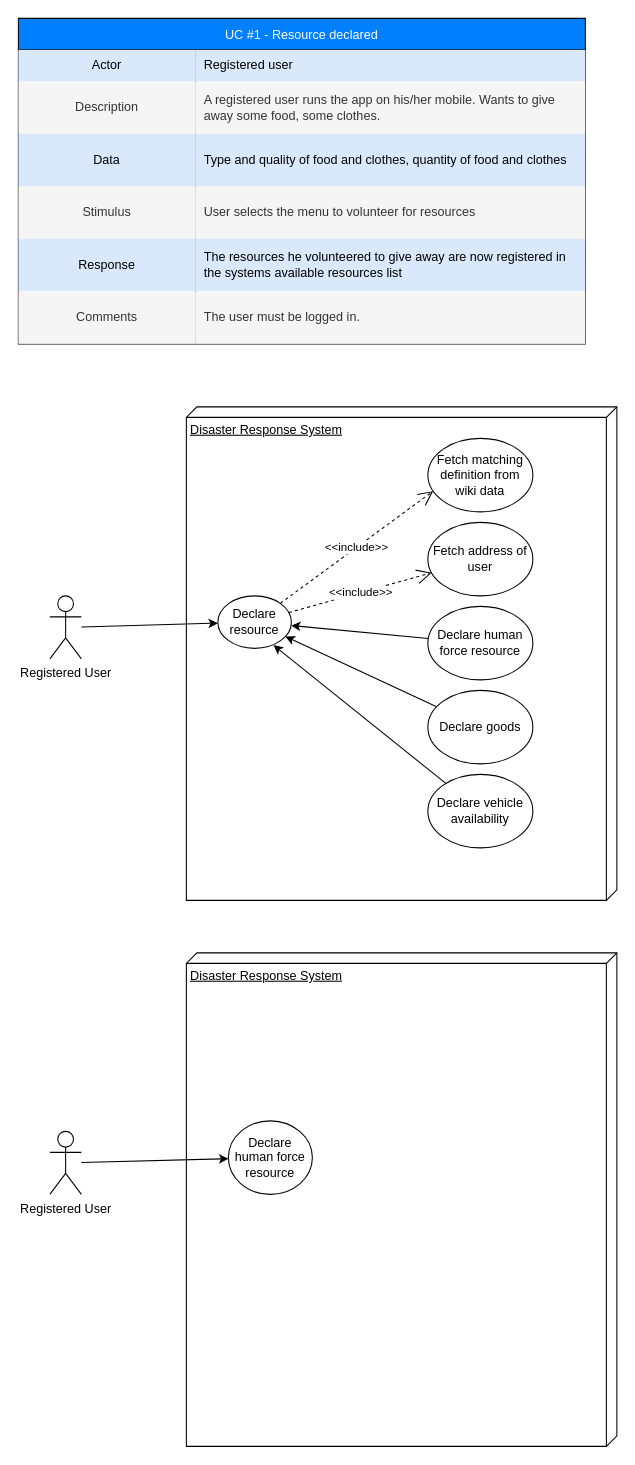
This is page "UC 1 - Food Resource Declared" (1 of 3) of UMLDiagrams/DR_UseCasesUML.drawio from bounswe/bounswe2023group2, a draw.io file, before an edit. Source tidied: cells renumbered, new cells numbered last; positions are measured from the earlier drawing's top-left corner, leaving out a move shared by most shapes. Both pictures are drawn from the tidied source at 105%, with x=0, y=0 at pixel (18, 18).
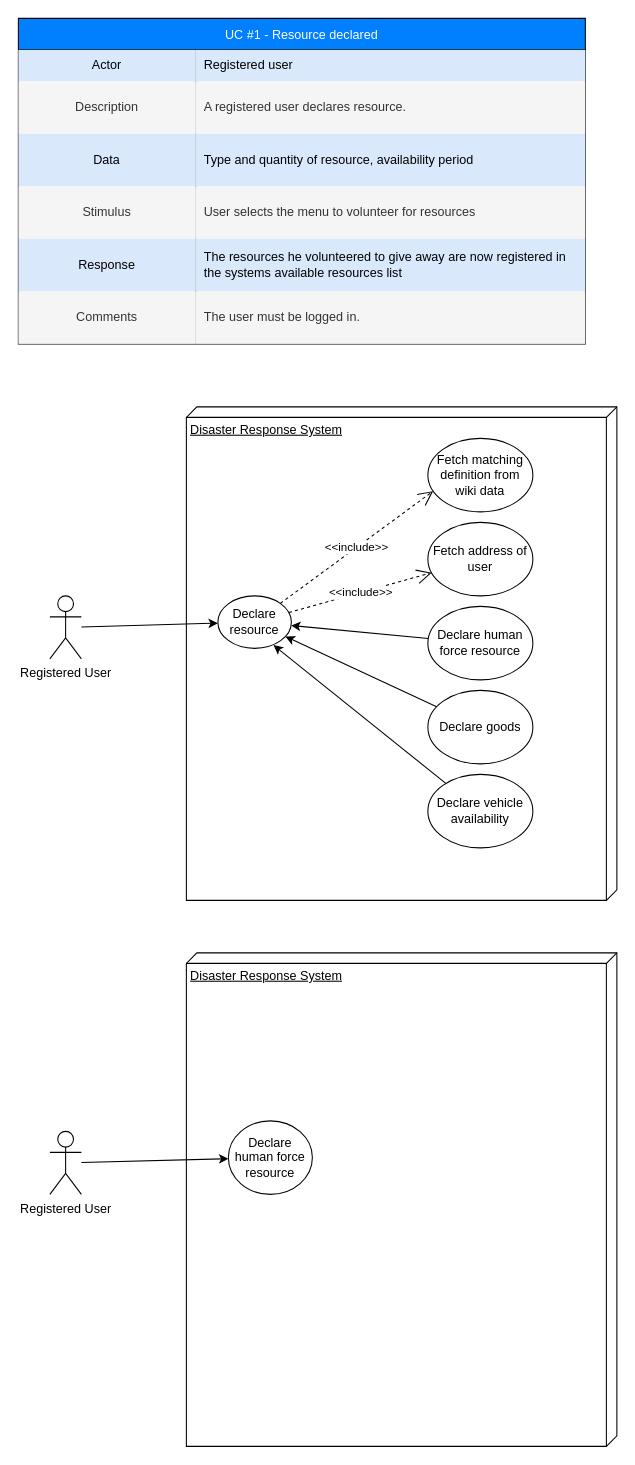
After the change.

Unchanged cells that the change refers to:
```xml
<mxCell id="7" style="shape=tableRow;horizontal=0;startSize=0;swimlaneHead=0;swimlaneBody=0;top=0;left=0;bottom=0;right=0;fillColor=none;strokeColor=inherit;fontSize=12;" parent="3" vertex="1">
  <mxGeometry y="60" width="540" height="50" as="geometry" />
</mxCell>
<mxCell id="10" style="shape=tableRow;horizontal=0;startSize=0;swimlaneHead=0;swimlaneBody=0;top=0;left=0;bottom=0;right=0;fillColor=none;strokeColor=inherit;fontSize=12;" parent="3" vertex="1">
  <mxGeometry y="110" width="540" height="50" as="geometry" />
</mxCell>
```

Change to the diagram source:
```diff
@@
-    <mxCell id="9" value="A registered user runs the app on his/her mobile. Wants to give away some food, some clothes." style="shape=partialRectangle;html=1;whiteSpace=wrap;top=0;left=0;bottom=0;right=0;align=left;spacingLeft=6;overflow=hidden;fontSize=12;fillColor=#f5f5f5;fontColor=#333333;strokeColor=#666666;" parent="7" vertex="1">
+    <mxCell id="9" value="A registered user declares resource." style="shape=partialRectangle;html=1;whiteSpace=wrap;top=0;left=0;bottom=0;right=0;align=left;spacingLeft=6;overflow=hidden;fontSize=12;fillColor=#f5f5f5;fontColor=#333333;strokeColor=#666666;" parent="7" vertex="1">
       <mxGeometry x="169" width="371" height="50" as="geometry" />
     </mxCell>
@@
-    <mxCell id="12" value="Type and quality of food and clothes, quantity of food and clothes" style="shape=partialRectangle;html=1;whiteSpace=wrap;fillColor=#dae8fc;top=0;left=0;bottom=0;right=0;align=left;spacingLeft=6;overflow=hidden;strokeColor=#6c8ebf;fontSize=12;" parent="10" vertex="1">
+    <mxCell id="12" value="Type and quantity of resource, availability period" style="shape=partialRectangle;html=1;whiteSpace=wrap;fillColor=#dae8fc;top=0;left=0;bottom=0;right=0;align=left;spacingLeft=6;overflow=hidden;strokeColor=#6c8ebf;fontSize=12;" parent="10" vertex="1">
       <mxGeometry x="169" width="371" height="50" as="geometry" />
     </mxCell>
```
